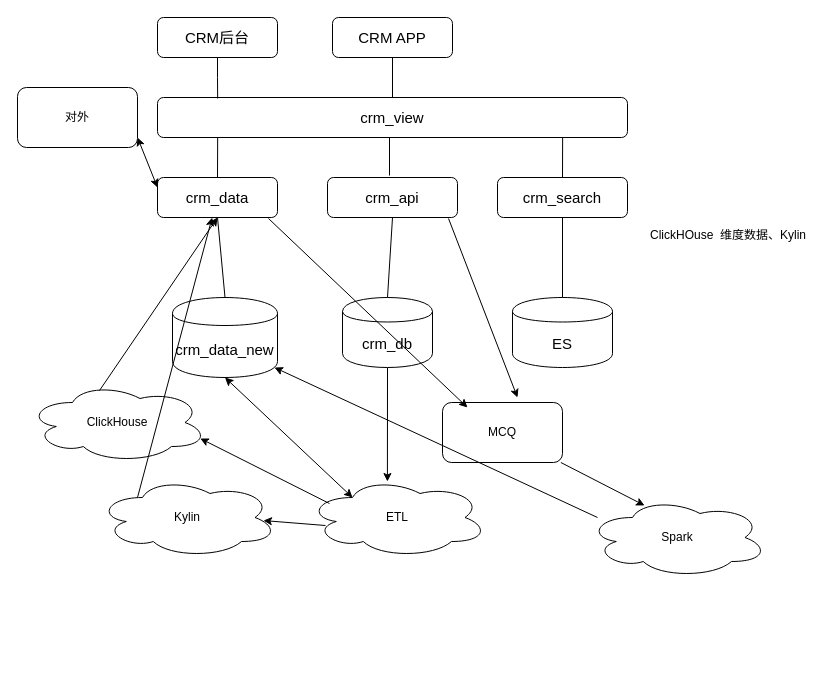
Before: crm结构.drawio in WinchongYoung/draw.io, a draw.io diagram. Source tidied: cells renumbered, new cells numbered last; positions are measured from the earlier drawing's top-left corner, leaving out a move shared by most shapes. Both pictures are drawn from the tidied source at 100%, with x=0, y=0 at pixel (17, 17).
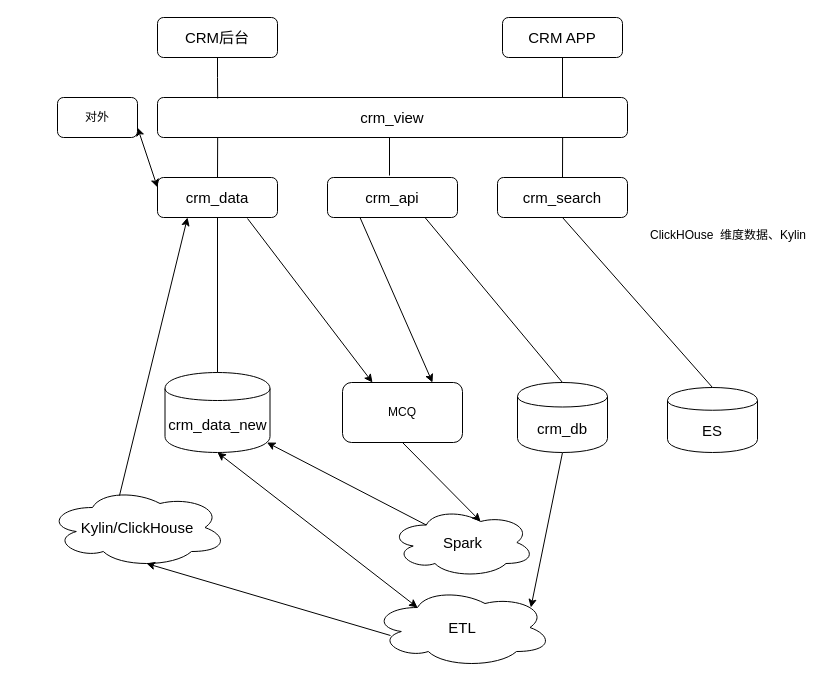
Above is the later version.

The change refers to these unchanged cells:
```xml
<mxCell id="2" value="&lt;font style=&quot;font-size: 15px&quot;&gt;crm_view&lt;/font&gt;" style="rounded=1;whiteSpace=wrap;html=1;" parent="1" vertex="1">
  <mxGeometry x="140" y="80" width="470" height="40" as="geometry" />
</mxCell>
<mxCell id="3" value="&lt;font style=&quot;font-size: 15px&quot;&gt;crm_api&lt;/font&gt;" style="rounded=1;whiteSpace=wrap;html=1;" parent="1" vertex="1">
  <mxGeometry x="310" y="160" width="130" height="40" as="geometry" />
</mxCell>
<mxCell id="8" value="&lt;span style=&quot;font-size: 15px&quot;&gt;crm_data&lt;/span&gt;" style="rounded=1;whiteSpace=wrap;html=1;" parent="1" vertex="1">
  <mxGeometry x="140" y="160" width="120" height="40" as="geometry" />
</mxCell>
```

Diff of the diagram source:
```diff
@@
-    <mxCell id="6" style="edgeStyle=none;rounded=0;jettySize=auto;html=1;exitX=0.5;exitY=1;exitDx=0;exitDy=0;endArrow=none;endFill=0;" parent="1" edge="1" source="7" target="2">
-      <mxGeometry relative="1" as="geometry" />
+    <mxCell id="6" style="edgeStyle=none;rounded=0;jettySize=auto;html=1;exitX=0.5;exitY=1;exitDx=0;exitDy=0;endArrow=none;endFill=0;entryX=0.868;entryY=0;entryDx=0;entryDy=0;entryPerimeter=0;" parent="1" edge="1" source="7">
+      <mxGeometry relative="1" as="geometry">
+        <mxPoint x="545" y="80" as="targetPoint" />
+      </mxGeometry>
     </mxCell>
     <mxCell id="7" value="&lt;font style=&quot;font-size: 15px&quot;&gt;CRM APP&lt;/font&gt;" style="rounded=1;whiteSpace=wrap;html=1;" parent="1" vertex="1">
-      <mxGeometry x="315" width="120" height="40" as="geometry" />
+      <mxGeometry x="485" width="120" height="40" as="geometry" />
     </mxCell>
@@
-    <mxCell id="11" style="rounded=0;jettySize=auto;html=1;exitX=0.5;exitY=1;exitDx=0;exitDy=0;endArrow=classic;endFill=1;startArrow=none;startFill=0;entryX=0.444;entryY=0.05;entryDx=0;entryDy=0;entryPerimeter=0;" parent="1" edge="1" source="12" target="14">
+    <mxCell id="11" style="rounded=0;jettySize=auto;html=1;exitX=0.5;exitY=1;exitDx=0;exitDy=0;endArrow=classic;endFill=1;startArrow=none;startFill=0;entryX=0.88;entryY=0.25;entryDx=0;entryDy=0;entryPerimeter=0;" parent="1" edge="1" source="12" target="14">
       <mxGeometry relative="1" as="geometry" />
     </mxCell>
     <mxCell id="12" value="&lt;font style=&quot;font-size: 15px&quot;&gt;crm_db&lt;br&gt;&lt;/font&gt;" style="shape=cylinder;whiteSpace=wrap;html=1;boundedLbl=1;backgroundOutline=1;" parent="1" vertex="1">
-      <mxGeometry x="325" y="280" width="90" height="70" as="geometry" />
+      <mxGeometry x="500" y="365" width="90" height="70" as="geometry" />
     </mxCell>
@@
-    <mxCell id="14" value="ETL" style="ellipse;shape=cloud;whiteSpace=wrap;html=1;" parent="1" vertex="1">
-      <mxGeometry x="290" y="460" width="180" height="80" as="geometry" />
+    <mxCell id="14" value="&lt;font style=&quot;font-size: 15px&quot;&gt;ETL&lt;/font&gt;" style="ellipse;shape=cloud;whiteSpace=wrap;html=1;" parent="1" vertex="1">
+      <mxGeometry x="355" y="570" width="180" height="80" as="geometry" />
     </mxCell>
     <mxCell id="15" value="&lt;font style=&quot;font-size: 15px&quot;&gt;crm_data_new&lt;/font&gt;" style="shape=cylinder;whiteSpace=wrap;html=1;boundedLbl=1;backgroundOutline=1;" parent="1" vertex="1">
-      <mxGeometry x="155" y="280" width="105" height="80" as="geometry" />
+      <mxGeometry x="147.5" y="355" width="105" height="80" as="geometry" />
     </mxCell>
     <mxCell id="16" value="&lt;font style=&quot;font-size: 15px&quot;&gt;ES&lt;/font&gt;" style="shape=cylinder;whiteSpace=wrap;html=1;boundedLbl=1;backgroundOutline=1;" parent="1" vertex="1">
-      <mxGeometry x="495" y="280" width="100" height="70" as="geometry" />
+      <mxGeometry x="650" y="370" width="90" height="65" as="geometry" />
     </mxCell>
@@
-    <mxCell id="18" style="endArrow=none;html=1;entryX=0.5;entryY=0;entryDx=0;entryDy=0;exitX=0.5;exitY=1;exitDx=0;exitDy=0;endFill=0;" parent="1" edge="1" source="3" target="12">
+    <mxCell id="18" style="endArrow=none;html=1;endFill=0;exitX=0.75;exitY=1;exitDx=0;exitDy=0;entryX=0.5;entryY=0;entryDx=0;entryDy=0;" parent="1" edge="1" source="3" target="12">
       <mxGeometry relative="1" as="geometry" />
     </mxCell>
@@
-    <mxCell id="22" value="Kylin" style="ellipse;shape=cloud;whiteSpace=wrap;html=1;" parent="1" vertex="1">
-      <mxGeometry x="80" y="460" width="180" height="80" as="geometry" />
+    <mxCell id="22" value="&lt;font style=&quot;font-size: 15px&quot;&gt;Kylin/ClickHouse&lt;/font&gt;" style="ellipse;shape=cloud;whiteSpace=wrap;html=1;" parent="1" vertex="1">
+      <mxGeometry x="30" y="470" width="180" height="80" as="geometry" />
     </mxCell>
-    <mxCell id="23" style="endArrow=classic;html=1;exitX=0.1;exitY=0.6;exitDx=0;exitDy=0;exitPerimeter=0;entryX=0.922;entryY=0.538;entryDx=0;entryDy=0;entryPerimeter=0;" parent="1" edge="1" source="14" target="22">
+    <mxCell id="23" style="endArrow=classic;html=1;exitX=0.1;exitY=0.6;exitDx=0;exitDy=0;exitPerimeter=0;entryX=0.55;entryY=0.95;entryDx=0;entryDy=0;entryPerimeter=0;" parent="1" edge="1" source="14" target="22">
       <mxGeometry relative="1" as="geometry" />
     </mxCell>
-    <mxCell id="24" value="ClickHouse" style="ellipse;shape=cloud;whiteSpace=wrap;html=1;" parent="1" vertex="1">
-      <mxGeometry x="10" y="365" width="180" height="80" as="geometry" />
-    </mxCell>
-    <mxCell id="25" style="endArrow=classic;html=1;entryX=0.96;entryY=0.7;entryDx=0;entryDy=0;entryPerimeter=0;exitX=0.122;exitY=0.325;exitDx=0;exitDy=0;exitPerimeter=0;" parent="1" edge="1" source="14" target="24">
-      <mxGeometry relative="1" as="geometry" />
-    </mxCell>
-    <mxCell id="26" value="Spark" style="ellipse;shape=cloud;whiteSpace=wrap;html=1;" parent="1" vertex="1">
-      <mxGeometry x="570" y="480" width="180" height="80" as="geometry" />
+    <mxCell id="26" value="&lt;font style=&quot;font-size: 15px&quot;&gt;Spark&lt;/font&gt;" style="ellipse;shape=cloud;whiteSpace=wrap;html=1;" parent="1" vertex="1">
+      <mxGeometry x="372.5" y="490" width="145" height="70" as="geometry" />
     </mxCell>
     <mxCell id="27" value="MCQ&lt;br&gt;" style="rounded=1;whiteSpace=wrap;html=1;" parent="1" vertex="1">
-      <mxGeometry x="425" y="385" width="120" height="60" as="geometry" />
+      <mxGeometry x="325" y="365" width="120" height="60" as="geometry" />
     </mxCell>
-    <mxCell id="28" style="endArrow=none;html=1;entryX=0.931;entryY=1.025;entryDx=0;entryDy=0;entryPerimeter=0;startArrow=classic;startFill=1;endFill=0;" parent="1" edge="1" target="3">
-      <mxGeometry relative="1" as="geometry">
-        <mxPoint x="500" y="380" as="sourcePoint" />
-      </mxGeometry>
+    <mxCell id="28" style="endArrow=none;html=1;entryX=0.25;entryY=1;entryDx=0;entryDy=0;startArrow=classic;startFill=1;endFill=0;exitX=0.75;exitY=0;exitDx=0;exitDy=0;" parent="1" edge="1" source="27" target="3">
+      <mxGeometry relative="1" as="geometry" />
     </mxCell>
-    <mxCell id="29" style="endArrow=none;html=1;entryX=0.925;entryY=1.025;entryDx=0;entryDy=0;entryPerimeter=0;startArrow=classic;startFill=1;endFill=0;" parent="1" edge="1" target="8">
+    <mxCell id="29" style="endArrow=none;html=1;startArrow=classic;startFill=1;endFill=0;exitX=0.25;exitY=0;exitDx=0;exitDy=0;" parent="1" edge="1" source="27">
       <mxGeometry relative="1" as="geometry">
-        <mxPoint x="450" y="390" as="sourcePoint" />
+        <mxPoint x="230" y="201" as="targetPoint" />
       </mxGeometry>
     </mxCell>
-    <mxCell id="30" style="endArrow=classic;html=1;entryX=0.317;entryY=0.1;entryDx=0;entryDy=0;entryPerimeter=0;" parent="1" edge="1" source="27" target="26">
+    <mxCell id="30" style="endArrow=classic;html=1;entryX=0.625;entryY=0.2;entryDx=0;entryDy=0;entryPerimeter=0;exitX=0.5;exitY=1;exitDx=0;exitDy=0;" parent="1" edge="1" source="27" target="26">
       <mxGeometry relative="1" as="geometry" />
     </mxCell>
-    <mxCell id="31" style="endArrow=classic;html=1;entryX=0.971;entryY=0.875;entryDx=0;entryDy=0;entryPerimeter=0;" parent="1" edge="1" target="15">
-      <mxGeometry relative="1" as="geometry">
-        <mxPoint x="580" y="500" as="sourcePoint" />
-      </mxGeometry>
+    <mxCell id="31" style="endArrow=classic;html=1;entryX=0.971;entryY=0.875;entryDx=0;entryDy=0;entryPerimeter=0;exitX=0.25;exitY=0.25;exitDx=0;exitDy=0;exitPerimeter=0;" parent="1" edge="1" source="26" target="15">
+      <mxGeometry relative="1" as="geometry" />
     </mxCell>
-    <mxCell id="32" style="endArrow=none;html=1;entryX=0.4;entryY=0.1;entryDx=0;entryDy=0;entryPerimeter=0;startArrow=classic;startFill=1;endFill=0;" parent="1" edge="1" target="24">
-      <mxGeometry relative="1" as="geometry">
-        <mxPoint x="200" y="200" as="sourcePoint" />
-      </mxGeometry>
-    </mxCell>
-    <mxCell id="33" style="endArrow=classic;html=1;" parent="1" edge="1" target="8">
-      <mxGeometry relative="1" as="geometry">
-        <mxPoint x="120" y="480" as="sourcePoint" />
-      </mxGeometry>
+    <mxCell id="33" style="endArrow=classic;html=1;exitX=0.4;exitY=0.1;exitDx=0;exitDy=0;exitPerimeter=0;entryX=0.25;entryY=1;entryDx=0;entryDy=0;" parent="1" edge="1" source="22" target="8">
+      <mxGeometry relative="1" as="geometry" />
     </mxCell>
-    <mxCell id="34" style="endArrow=classic;startArrow=classic;html=1;exitX=0;exitY=0.25;exitDx=0;exitDy=0;" parent="1" edge="1" source="8">
-      <mxGeometry relative="1" as="geometry">
-        <mxPoint x="120" y="120" as="targetPoint" />
-      </mxGeometry>
+    <mxCell id="34" style="endArrow=classic;startArrow=classic;html=1;exitX=0;exitY=0.25;exitDx=0;exitDy=0;entryX=1;entryY=0.75;entryDx=0;entryDy=0;" parent="1" edge="1" source="8" target="35">
+      <mxGeometry relative="1" as="geometry" />
     </mxCell>
     <mxCell id="35" value="对外" style="rounded=1;whiteSpace=wrap;html=1;" parent="1" vertex="1">
-      <mxGeometry y="70" width="120" height="60" as="geometry" />
+      <mxGeometry x="40" y="80" width="80" height="40" as="geometry" />
     </mxCell>
```
